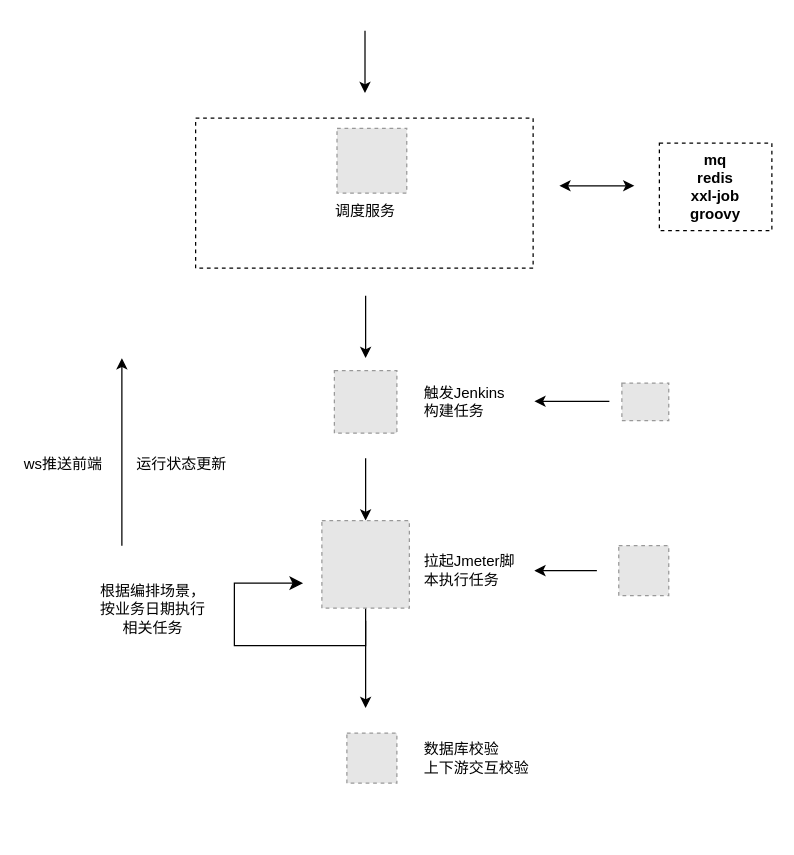
Above: shujufuwuhua.drawio in zlv2s/diagram (draw.io), before the change. Source tidied: cells renumbered, new cells numbered last; positions are measured from the earlier drawing's top-left corner, leaving out a move shared by most shapes. Both pictures are drawn from the tidied source at 125%, with x=0, y=0 at pixel (21, 30). Pictures stored in the file or linked from it are replaced by grey dashed boxes.
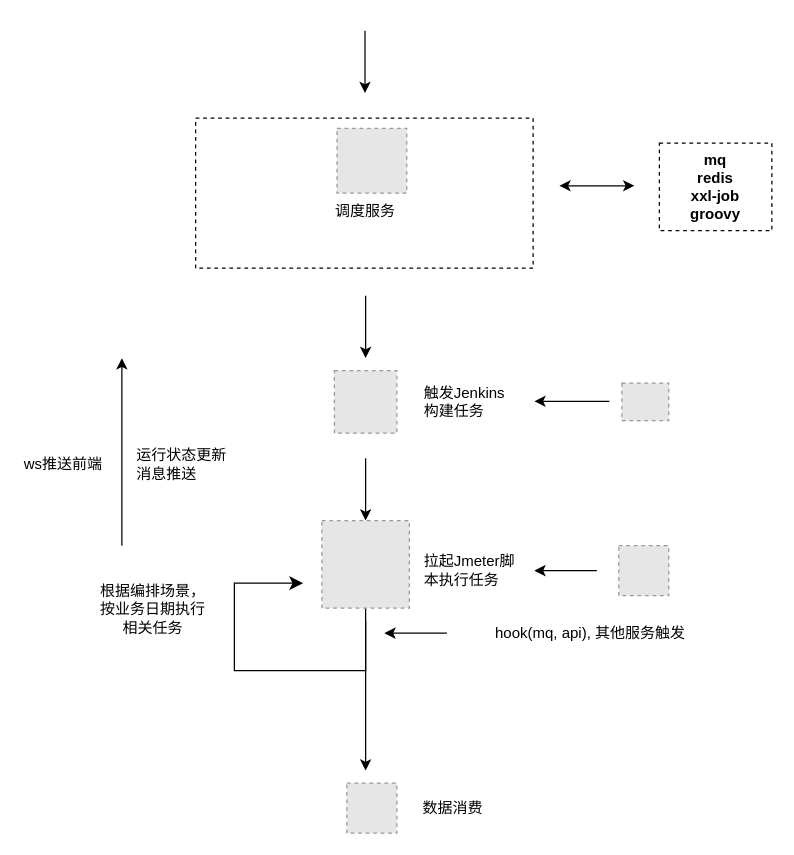
The same diagram, later.

The change refers to these unchanged cells:
```xml
<mxCell id="12" style="fillColor=#E6E6E6;strokeColor=#999999;dashed=1;verticalLabelPosition=bottom;labelBackgroundColor=default;verticalAlign=top;" parent="1" vertex="1">
  <mxGeometry x="240" y="392" width="70" height="70" as="geometry" />
</mxCell>
```

The edit, as a diff of the source:
```diff
@@
     <mxCell id="11" style="edgeStyle=orthogonalEdgeStyle;rounded=0;jettySize=auto;html=1;" parent="1" edge="1" source="12">
       <mxGeometry relative="1" as="geometry">
-        <mxPoint x="275" y="542" as="targetPoint" />
+        <mxPoint x="275" y="592" as="targetPoint" />
       </mxGeometry>
     </mxCell>
@@
     <mxCell id="15" style="edgeStyle=segmentEdgeStyle;endArrow=classic;html=1;curved=0;rounded=0;endSize=8;startSize=8;fontColor=#808080;" parent="1" edge="1">
       <mxGeometry relative="1" as="geometry">
         <mxPoint x="275" y="472" as="sourcePoint" />
         <mxPoint x="225" y="442" as="targetPoint" />
         <Array as="points">
-          <mxPoint x="275" y="492" />
-          <mxPoint x="170" y="492" />
+          <mxPoint x="275" y="512" />
+          <mxPoint x="170" y="512" />
           <mxPoint x="170" y="442" />
         </Array>
       </mxGeometry>
     </mxCell>
@@
     <mxCell id="18" style="fillColor=#E6E6E6;strokeColor=#999999;dashed=1;verticalLabelPosition=bottom;labelBackgroundColor=default;verticalAlign=top;" parent="1" vertex="1">
-      <mxGeometry x="260" y="562" width="40" height="40" as="geometry" />
+      <mxGeometry x="260" y="602" width="40" height="40" as="geometry" />
     </mxCell>
-    <mxCell id="19" value="数据库校验&lt;br&gt;上下游交互校验" style="text;html=1;strokeColor=none;fillColor=none;align=left;verticalAlign=middle;whiteSpace=wrap;rounded=0;" parent="1" vertex="1">
-      <mxGeometry x="320" y="562" width="90" height="40" as="geometry" />
+    <mxCell id="19" value="数据消费" style="text;html=1;strokeColor=none;fillColor=none;align=left;verticalAlign=middle;whiteSpace=wrap;rounded=0;" parent="1" vertex="1">
+      <mxGeometry x="319" y="602" width="90" height="40" as="geometry" />
     </mxCell>
@@
-    <mxCell id="26" value="运行状态更新" style="text;html=1;strokeColor=none;fillColor=none;align=left;verticalAlign=middle;whiteSpace=wrap;rounded=0;" parent="1" vertex="1">
-      <mxGeometry x="90" y="332" width="80" height="30" as="geometry" />
+    <mxCell id="26" value="运行状态更新&lt;br&gt;消息推送" style="text;html=1;strokeColor=none;fillColor=none;align=left;verticalAlign=middle;whiteSpace=wrap;rounded=0;spacingBottom=0;" parent="1" vertex="1">
+      <mxGeometry x="90" y="327" width="80" height="40" as="geometry" />
     </mxCell>
+    <mxCell id="27" value="hook(mq, api), 其他服务触发" style="text;html=1;strokeColor=none;fillColor=none;align=center;verticalAlign=middle;whiteSpace=wrap;rounded=0;" parent="1" vertex="1">
+      <mxGeometry x="370" y="472" width="170" height="20" as="geometry" />
+    </mxCell>
+    <mxCell id="28" style="edgeStyle=orthogonalEdgeStyle;rounded=0;orthogonalLoop=1;jettySize=auto;html=1;" parent="1" edge="1">
+      <mxGeometry relative="1" as="geometry">
+        <mxPoint x="340" y="482" as="sourcePoint" />
+        <mxPoint x="290" y="482" as="targetPoint" />
+      </mxGeometry>
+    </mxCell>
```
